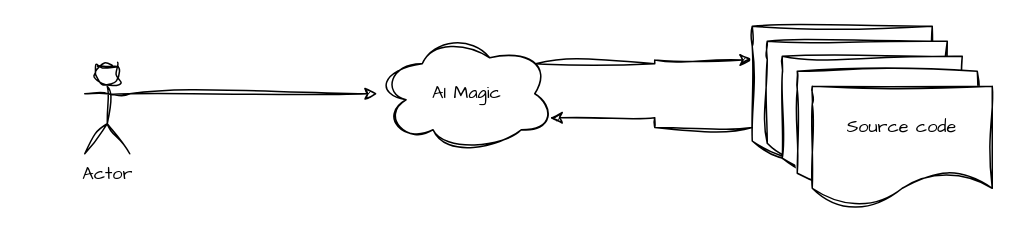
Earlier version of the draw.io diagram page "Page-3" (3 of 4) of docs/architecture.drawio (adobe-rnd/mystique-cli). Source tidied: cells renumbered, new cells numbered last; positions are measured from the earlier drawing's top-left corner, leaving out a move shared by most shapes. Both pictures are drawn from the tidied source at 150%, with x=0, y=0 at pixel (84, 26).
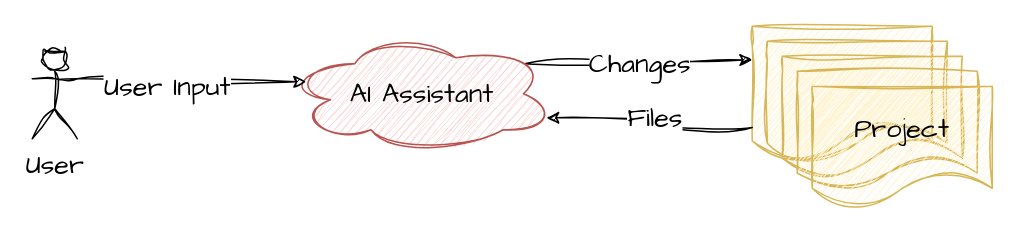
The same page after the edit.

What changed in the source:
```diff
@@
 <mxGraphModel>
   <root>
     <mxCell id="0" />
     <mxCell id="1" parent="0" />
-    <mxCell id="2" style="edgeStyle=orthogonalEdgeStyle;rounded=0;sketch=1;hachureGap=4;jiggle=2;curveFitting=1;jettySize=auto;html=1;exitX=0.88;exitY=0.25;exitDx=0;exitDy=0;exitPerimeter=0;entryX=0;entryY=0.25;entryDx=0;entryDy=0;fontFamily=Architects Daughter;" parent="1" edge="1" source="3" target="4">
+    <mxCell id="2" value="Changes" style="edgeStyle=orthogonalEdgeStyle;rounded=0;sketch=1;hachureGap=4;jiggle=2;curveFitting=1;jettySize=auto;html=1;exitX=0.88;exitY=0.25;exitDx=0;exitDy=0;exitPerimeter=0;entryX=0;entryY=0.25;entryDx=0;entryDy=0;fontFamily=Architects Daughter;fontSize=18;" parent="1" edge="1" source="3" target="4">
       <mxGeometry relative="1" as="geometry" />
     </mxCell>
-    <mxCell id="3" value="AI Magic" style="ellipse;shape=cloud;whiteSpace=wrap;html=1;sketch=1;hachureGap=4;jiggle=2;curveFitting=1;fontFamily=Architects Daughter;" parent="1" vertex="1">
-      <mxGeometry x="195" y="5" width="120" height="80" as="geometry" />
+    <mxCell id="3" value="AI Assistant" style="ellipse;shape=cloud;whiteSpace=wrap;html=1;sketch=1;hachureGap=4;jiggle=2;curveFitting=1;fontFamily=Architects Daughter;fillColor=#f8cecc;strokeColor=#b85450;fontSize=18;" parent="1" vertex="1">
+      <mxGeometry x="135" y="5" width="180" height="80" as="geometry" />
     </mxCell>
-    <mxCell id="4" style="shape=document;whiteSpace=wrap;html=1;boundedLbl=1;sketch=1;hachureGap=4;jiggle=2;curveFitting=1;fontFamily=Architects Daughter;" parent="1" vertex="1">
+    <mxCell id="4" style="shape=document;whiteSpace=wrap;html=1;boundedLbl=1;sketch=1;hachureGap=4;jiggle=2;curveFitting=1;fontFamily=Architects Daughter;fontSize=18;fillColor=#fff2cc;strokeColor=#d6b656;" parent="1" vertex="1">
       <mxGeometry x="445" width="120" height="90" as="geometry" />
     </mxCell>
-    <mxCell id="5" style="shape=document;whiteSpace=wrap;html=1;boundedLbl=1;sketch=1;hachureGap=4;jiggle=2;curveFitting=1;fontFamily=Architects Daughter;" parent="1" vertex="1">
+    <mxCell id="5" style="shape=document;whiteSpace=wrap;html=1;boundedLbl=1;sketch=1;hachureGap=4;jiggle=2;curveFitting=1;fontFamily=Architects Daughter;fontSize=18;fillColor=#fff2cc;strokeColor=#d6b656;" parent="1" vertex="1">
       <mxGeometry x="455" y="10" width="120" height="80" as="geometry" />
     </mxCell>
-    <mxCell id="6" style="shape=document;whiteSpace=wrap;html=1;boundedLbl=1;sketch=1;hachureGap=4;jiggle=2;curveFitting=1;fontFamily=Architects Daughter;" parent="1" vertex="1">
+    <mxCell id="6" style="shape=document;whiteSpace=wrap;html=1;boundedLbl=1;sketch=1;hachureGap=4;jiggle=2;curveFitting=1;fontFamily=Architects Daughter;fontSize=18;fillColor=#fff2cc;strokeColor=#d6b656;" parent="1" vertex="1">
       <mxGeometry x="465" y="20" width="120" height="80" as="geometry" />
     </mxCell>
-    <mxCell id="7" style="shape=document;whiteSpace=wrap;html=1;boundedLbl=1;sketch=1;hachureGap=4;jiggle=2;curveFitting=1;fontFamily=Architects Daughter;" parent="1" vertex="1">
+    <mxCell id="7" style="shape=document;whiteSpace=wrap;html=1;boundedLbl=1;sketch=1;hachureGap=4;jiggle=2;curveFitting=1;fontFamily=Architects Daughter;fontSize=18;fillColor=#fff2cc;strokeColor=#d6b656;" parent="1" vertex="1">
       <mxGeometry x="475" y="30" width="120" height="80" as="geometry" />
     </mxCell>
-    <mxCell id="8" value="Source code" style="shape=document;whiteSpace=wrap;html=1;boundedLbl=1;sketch=1;hachureGap=4;jiggle=2;curveFitting=1;fontFamily=Architects Daughter;" parent="1" vertex="1">
+    <mxCell id="8" value="Project" style="shape=document;whiteSpace=wrap;html=1;boundedLbl=1;sketch=1;hachureGap=4;jiggle=2;curveFitting=1;fontFamily=Architects Daughter;fontSize=18;fillColor=#fff2cc;strokeColor=#d6b656;" parent="1" vertex="1">
       <mxGeometry x="485" y="40" width="120" height="80" as="geometry" />
     </mxCell>
-    <mxCell id="9" style="edgeStyle=orthogonalEdgeStyle;rounded=0;sketch=1;hachureGap=4;jiggle=2;curveFitting=1;jettySize=auto;html=1;exitX=1;exitY=0.3333333333333333;exitDx=0;exitDy=0;exitPerimeter=0;fontFamily=Architects Daughter;" parent="1" edge="1" source="10" target="3">
+    <mxCell id="9" style="edgeStyle=orthogonalEdgeStyle;rounded=0;sketch=1;hachureGap=4;jiggle=2;curveFitting=1;jettySize=auto;html=1;exitX=1;exitY=0.3333333333333333;exitDx=0;exitDy=0;exitPerimeter=0;fontFamily=Architects Daughter;fontSize=18;entryX=0.07;entryY=0.4;entryDx=0;entryDy=0;entryPerimeter=0;" parent="1" edge="1" source="10" target="3">
       <mxGeometry relative="1" as="geometry" />
     </mxCell>
+    <mxCell id="12" value="User Input" style="edgeLabel;html=1;align=center;verticalAlign=middle;fontSize=18;fontFamily=Architects Daughter;" parent="9" vertex="1">
+      <mxGeometry x="-0.24" y="-4" relative="1" as="geometry" />
+    </mxCell>
-    <mxCell id="10" value="Actor" style="shape=umlActor;verticalLabelPosition=bottom;verticalAlign=top;html=1;outlineConnect=0;sketch=1;hachureGap=4;jiggle=2;curveFitting=1;fontFamily=Architects Daughter;" parent="1" vertex="1">
-      <mxGeometry y="25" width="30" height="60" as="geometry" />
+    <mxCell id="10" value="User" style="shape=umlActor;verticalLabelPosition=bottom;verticalAlign=top;html=1;outlineConnect=0;sketch=1;hachureGap=4;jiggle=2;curveFitting=1;fontFamily=Architects Daughter;fontSize=18;" parent="1" vertex="1">
+      <mxGeometry x="-35" y="15" width="30" height="60" as="geometry" />
     </mxCell>
-    <mxCell id="11" style="edgeStyle=orthogonalEdgeStyle;rounded=0;sketch=1;hachureGap=4;jiggle=2;curveFitting=1;jettySize=auto;html=1;exitX=0;exitY=0.75;exitDx=0;exitDy=0;entryX=0.96;entryY=0.7;entryDx=0;entryDy=0;entryPerimeter=0;fontFamily=Architects Daughter;" parent="1" edge="1" source="4" target="3">
-      <mxGeometry relative="1" as="geometry" />
+    <mxCell id="11" value="Files" style="edgeStyle=orthogonalEdgeStyle;rounded=0;sketch=1;hachureGap=4;jiggle=2;curveFitting=1;jettySize=auto;html=1;exitX=0;exitY=0.75;exitDx=0;exitDy=0;entryX=0.96;entryY=0.7;entryDx=0;entryDy=0;entryPerimeter=0;fontFamily=Architects Daughter;fontSize=18;" parent="1" edge="1" source="4" target="3">
+      <mxGeometry relative="1" as="geometry">
+        <Array as="points">
+          <mxPoint x="385" y="68" />
+          <mxPoint x="385" y="61" />
+        </Array>
+      </mxGeometry>
     </mxCell>
   </root>
 </mxGraphModel>
```
